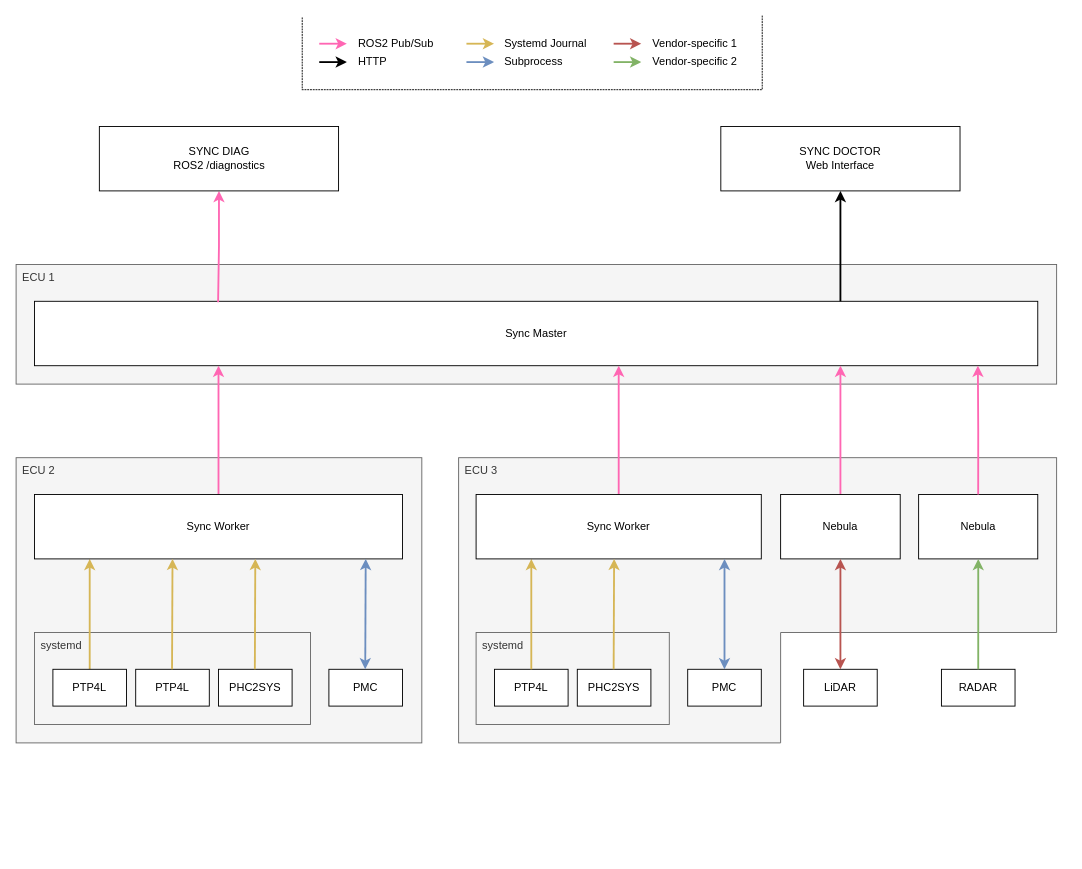
Before: page "Diagnostics [Architecture]" (4 of 4) of docs/img/sync_tooling.drawio in tier4/sync_tooling, a draw.io diagram. Source tidied: cells renumbered, new cells numbered last; positions are measured from the earlier drawing's top-left corner, leaving out a move shared by most shapes. Both pictures are drawn from the tidied source at 92%, with x=0, y=0 at pixel (16, 16).
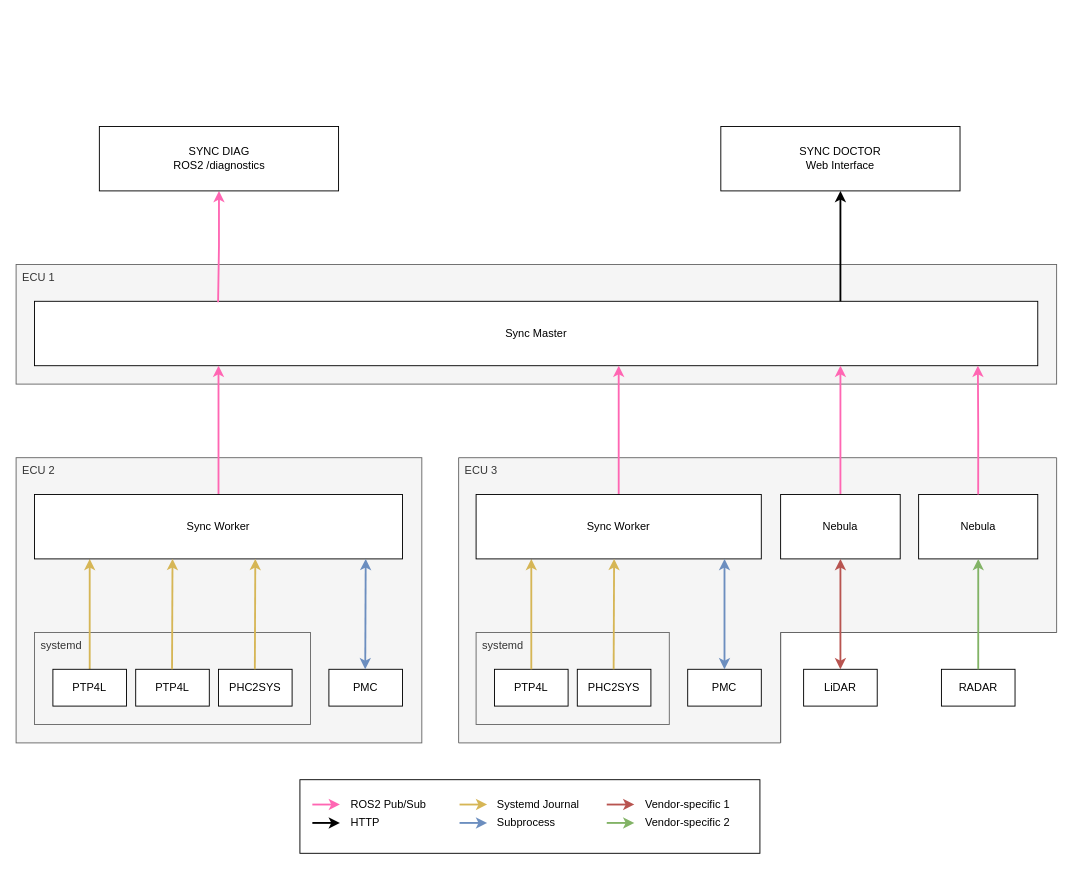
Above is the later version.

Commit message:
chore(docs): diagram style tweaks

What changed in the source:
```diff
@@
+    <mxCell id="4" value="ECU 3" style="shape=corner;whiteSpace=wrap;html=1;dx=350;dy=190;fillColor=#F5F5F5;strokeColor=#666666;spacingLeft=5;verticalAlign=top;align=left;fontColor=#333333;" parent="1" vertex="1">
+      <mxGeometry x="481" y="480" width="650" height="310" as="geometry" />
+    </mxCell>
@@
-    <mxCell id="4" value="ECU 3" style="rounded=0;whiteSpace=wrap;html=1;fillColor=#f5f5f5;strokeColor=#666666;fillStyle=auto;spacingLeft=5;verticalAlign=top;align=left;fontColor=#333333;" parent="1" vertex="1">
-      <mxGeometry x="481" y="480" width="650" height="310" as="geometry" />
-    </mxCell>
@@
-    <mxCell id="32" style="rounded=0;whiteSpace=wrap;html=1;strokeColor=none;" parent="1" vertex="1">
-      <mxGeometry x="831" y="670" width="310" height="130" as="geometry" />
-    </mxCell>
@@
-    <mxCell id="40" style="group;" parent="1" vertex="1">
-      <mxGeometry x="329.5" y="20" width="461" height="40" as="geometry" />
-    </mxCell>
-    <mxCell id="41" style="edgeStyle=orthogonalEdgeStyle;rounded=0;orthogonalLoop=1;jettySize=auto;html=1;startArrow=classic;startFill=1;endArrow=none;strokeWidth=2;fillColor=#d80073;strokeColor=#FF66B3;" parent="40" edge="1">
-      <mxGeometry relative="1" as="geometry">
-        <mxPoint x="30" y="10" as="sourcePoint" />
-        <mxPoint y="10" as="targetPoint" />
-      </mxGeometry>
-    </mxCell>
-    <mxCell id="42" style="edgeStyle=orthogonalEdgeStyle;rounded=0;orthogonalLoop=1;jettySize=auto;html=1;startArrow=classic;startFill=1;endArrow=none;strokeWidth=2;" parent="40" edge="1">
-      <mxGeometry relative="1" as="geometry">
-        <mxPoint x="30" y="30" as="sourcePoint" />
-        <mxPoint y="30" as="targetPoint" />
-      </mxGeometry>
-    </mxCell>
-    <mxCell id="43" style="edgeStyle=orthogonalEdgeStyle;rounded=0;orthogonalLoop=1;jettySize=auto;html=1;startArrow=classic;startFill=1;endArrow=none;strokeWidth=2;fillColor=#fff2cc;strokeColor=#d6b656;" parent="40" edge="1">
-      <mxGeometry relative="1" as="geometry">
-        <mxPoint x="190" y="10" as="sourcePoint" />
-        <mxPoint x="160" y="10" as="targetPoint" />
-      </mxGeometry>
-    </mxCell>
-    <mxCell id="44" style="edgeStyle=orthogonalEdgeStyle;rounded=0;orthogonalLoop=1;jettySize=auto;html=1;startArrow=classic;startFill=1;endArrow=none;strokeWidth=2;fillColor=#dae8fc;strokeColor=#6c8ebf;" parent="40" edge="1">
-      <mxGeometry relative="1" as="geometry">
-        <mxPoint x="190" y="30" as="sourcePoint" />
-        <mxPoint x="160" y="30" as="targetPoint" />
-      </mxGeometry>
-    </mxCell>
-    <mxCell id="45" style="edgeStyle=orthogonalEdgeStyle;rounded=0;orthogonalLoop=1;jettySize=auto;html=1;startArrow=classic;startFill=1;endArrow=none;strokeWidth=2;fillColor=#f8cecc;strokeColor=#b85450;" parent="40" edge="1">
-      <mxGeometry relative="1" as="geometry">
-        <mxPoint x="350" y="10" as="sourcePoint" />
-        <mxPoint x="320" y="10" as="targetPoint" />
-      </mxGeometry>
-    </mxCell>
-    <mxCell id="46" style="edgeStyle=orthogonalEdgeStyle;rounded=0;orthogonalLoop=1;jettySize=auto;html=1;startArrow=classic;startFill=1;endArrow=none;strokeWidth=2;fillColor=#d5e8d4;strokeColor=#82b366;" parent="40" edge="1">
-      <mxGeometry relative="1" as="geometry">
-        <mxPoint x="350" y="30" as="sourcePoint" />
-        <mxPoint x="320" y="30" as="targetPoint" />
-      </mxGeometry>
-    </mxCell>
+    <mxCell id="54" style="group;" parent="1" vertex="1">
+      <mxGeometry x="322" y="847" width="486.5" height="60" as="geometry" />
+    </mxCell>
+    <mxCell id="55" style="edgeStyle=orthogonalEdgeStyle;rounded=0;orthogonalLoop=1;jettySize=auto;html=1;startArrow=classic;startFill=1;endArrow=none;strokeWidth=2;fillColor=#d80073;strokeColor=#FF66B3;" parent="54" edge="1">
+      <mxGeometry relative="1" as="geometry">
+        <mxPoint x="30" y="10" as="sourcePoint" />
+        <mxPoint y="10" as="targetPoint" />
+      </mxGeometry>
+    </mxCell>
+    <mxCell id="56" style="edgeStyle=orthogonalEdgeStyle;rounded=0;orthogonalLoop=1;jettySize=auto;html=1;startArrow=classic;startFill=1;endArrow=none;strokeWidth=2;" parent="54" edge="1">
+      <mxGeometry relative="1" as="geometry">
+        <mxPoint x="30" y="30" as="sourcePoint" />
+        <mxPoint y="30" as="targetPoint" />
+      </mxGeometry>
+    </mxCell>
+    <mxCell id="57" style="edgeStyle=orthogonalEdgeStyle;rounded=0;orthogonalLoop=1;jettySize=auto;html=1;startArrow=classic;startFill=1;endArrow=none;strokeWidth=2;fillColor=#fff2cc;strokeColor=#d6b656;" parent="54" edge="1">
+      <mxGeometry relative="1" as="geometry">
+        <mxPoint x="190" y="10" as="sourcePoint" />
+        <mxPoint x="160" y="10" as="targetPoint" />
+      </mxGeometry>
+    </mxCell>
+    <mxCell id="58" style="edgeStyle=orthogonalEdgeStyle;rounded=0;orthogonalLoop=1;jettySize=auto;html=1;startArrow=classic;startFill=1;endArrow=none;strokeWidth=2;fillColor=#dae8fc;strokeColor=#6c8ebf;" parent="54" edge="1">
+      <mxGeometry relative="1" as="geometry">
+        <mxPoint x="190" y="30" as="sourcePoint" />
+        <mxPoint x="160" y="30" as="targetPoint" />
+      </mxGeometry>
+    </mxCell>
+    <mxCell id="59" style="edgeStyle=orthogonalEdgeStyle;rounded=0;orthogonalLoop=1;jettySize=auto;html=1;startArrow=classic;startFill=1;endArrow=none;strokeWidth=2;fillColor=#f8cecc;strokeColor=#b85450;" parent="54" edge="1">
+      <mxGeometry relative="1" as="geometry">
+        <mxPoint x="350" y="10" as="sourcePoint" />
+        <mxPoint x="320" y="10" as="targetPoint" />
+      </mxGeometry>
+    </mxCell>
+    <mxCell id="60" style="edgeStyle=orthogonalEdgeStyle;rounded=0;orthogonalLoop=1;jettySize=auto;html=1;startArrow=classic;startFill=1;endArrow=none;strokeWidth=2;fillColor=#d5e8d4;strokeColor=#82b366;" parent="54" edge="1">
+      <mxGeometry relative="1" as="geometry">
+        <mxPoint x="350" y="30" as="sourcePoint" />
+        <mxPoint x="320" y="30" as="targetPoint" />
+      </mxGeometry>
+    </mxCell>
-    <mxCell id="47" value="ROS2 Pub/Sub" style="text;html=1;align=left;verticalAlign=middle;whiteSpace=wrap;rounded=0;" parent="40" vertex="1">
+    <mxCell id="47" value="ROS2 Pub/Sub" style="text;html=1;align=left;verticalAlign=middle;whiteSpace=wrap;rounded=0;" parent="54" vertex="1">
       <mxGeometry x="40" width="101" height="20" as="geometry" />
     </mxCell>
-    <mxCell id="48" value="HTTP" style="text;html=1;align=left;verticalAlign=middle;whiteSpace=wrap;rounded=0;" parent="40" vertex="1">
+    <mxCell id="48" value="HTTP" style="text;html=1;align=left;verticalAlign=middle;whiteSpace=wrap;rounded=0;" parent="54" vertex="1">
       <mxGeometry x="40" y="20" width="101" height="20" as="geometry" />
     </mxCell>
-    <mxCell id="49" value="Systemd Journal" style="text;html=1;align=left;verticalAlign=middle;whiteSpace=wrap;rounded=0;" parent="40" vertex="1">
+    <mxCell id="49" value="Systemd Journal" style="text;html=1;align=left;verticalAlign=middle;whiteSpace=wrap;rounded=0;" parent="54" vertex="1">
       <mxGeometry x="199" width="101" height="20" as="geometry" />
     </mxCell>
-    <mxCell id="50" value="Subprocess" style="text;html=1;align=left;verticalAlign=middle;whiteSpace=wrap;rounded=0;" parent="40" vertex="1">
+    <mxCell id="50" value="Subprocess" style="text;html=1;align=left;verticalAlign=middle;whiteSpace=wrap;rounded=0;" parent="54" vertex="1">
       <mxGeometry x="199" y="20" width="101" height="20" as="geometry" />
     </mxCell>
-    <mxCell id="51" value="Vendor-specific 1" style="text;html=1;align=left;verticalAlign=middle;whiteSpace=wrap;rounded=0;" parent="40" vertex="1">
+    <mxCell id="51" value="Vendor-specific 1" style="text;html=1;align=left;verticalAlign=middle;whiteSpace=wrap;rounded=0;" parent="54" vertex="1">
       <mxGeometry x="360" width="101" height="20" as="geometry" />
     </mxCell>
-    <mxCell id="52" value="Vendor-specific 2" style="text;html=1;align=left;verticalAlign=middle;whiteSpace=wrap;rounded=0;" parent="40" vertex="1">
+    <mxCell id="52" value="Vendor-specific 2" style="text;html=1;align=left;verticalAlign=middle;whiteSpace=wrap;rounded=0;" parent="54" vertex="1">
       <mxGeometry x="360" y="20" width="101" height="20" as="geometry" />
     </mxCell>
-    <mxCell id="53" style="shape=partialRectangle;whiteSpace=wrap;html=1;bottom=1;right=1;left=1;top=0;fillColor=none;routingCenterX=-0.5;dashed=1;dashPattern=1 2;" parent="1" vertex="1">
-      <mxGeometry x="311" width="500" height="80" as="geometry" />
-    </mxCell>
+    <mxCell id="61" style="rounded=0;whiteSpace=wrap;html=1;fillColor=none;" parent="54" vertex="1">
+      <mxGeometry x="-13.5" y="-17" width="500" height="80" as="geometry" />
+    </mxCell>
```
